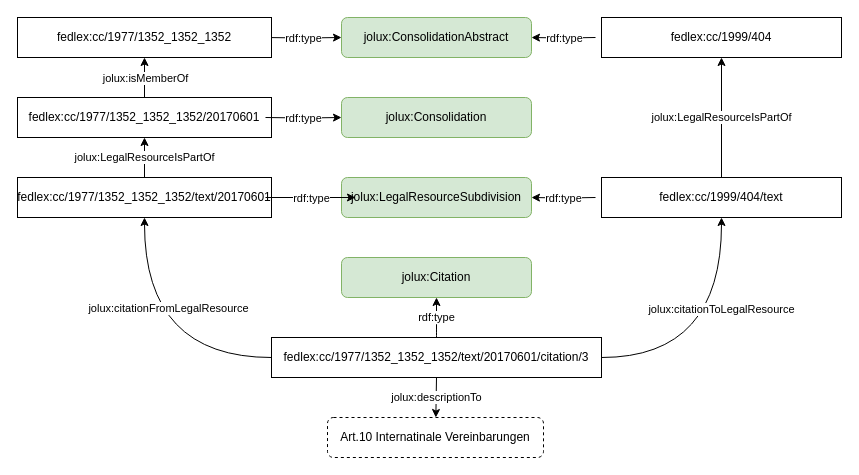
This is content/drawio/citations.drawio from bequrios/fedlex, a draw.io file, before an edit. Source tidied: cells renumbered, new cells numbered last; positions are measured from the earlier drawing's top-left corner, leaving out a move shared by most shapes. Both pictures are drawn from the tidied source at 100%, with x=0, y=0 at pixel (17, 17).
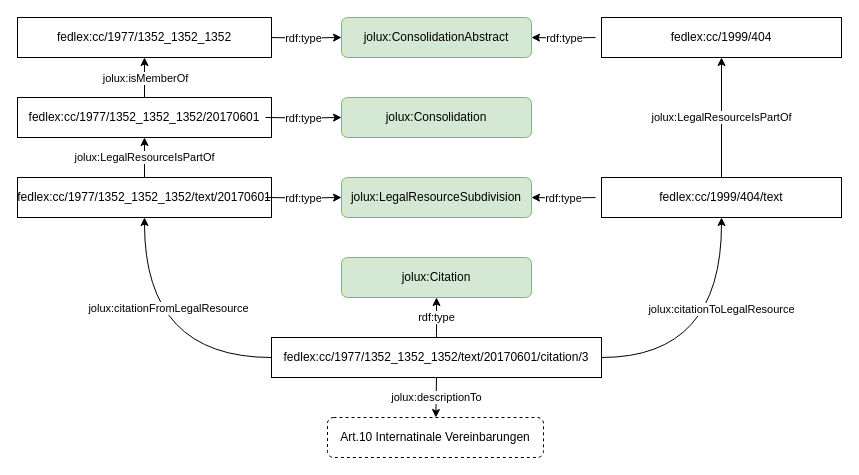
The same page after the edit.

The change refers to these unchanged cells:
```xml
<mxCell id="25" value="jolux:LegalResourceSubdivision" style="rounded=1;whiteSpace=wrap;html=1;fillColor=#d5e8d4;strokeColor=#82b366;" parent="1" vertex="1">
  <mxGeometry x="324" y="160" width="190" height="40" as="geometry" />
</mxCell>
```

What changed in the source:
```diff
@@
-    <mxCell id="28" style="edgeStyle=orthogonalEdgeStyle;html=1;exitX=1;exitY=0.5;exitDx=0;exitDy=0;" parent="1" edge="1">
+    <mxCell id="28" style="edgeStyle=orthogonalEdgeStyle;html=1;exitX=1;exitY=0.5;exitDx=0;exitDy=0;entryX=0;entryY=0.5;entryDx=0;entryDy=0;" parent="1" edge="1" target="25">
       <mxGeometry relative="1" as="geometry">
         <mxPoint x="248" y="180" as="sourcePoint" />
-        <mxPoint x="338" y="180" as="targetPoint" />
       </mxGeometry>
     </mxCell>
```
